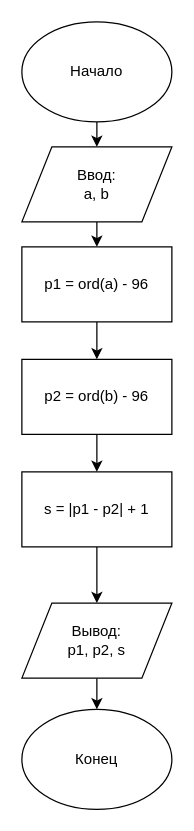
Virucek/geekbrains_python_algorithms_basic keeps this draw.io diagram as page "les_1_task_5" (5 of 5) of lesson_1.drawio. Above is the earlier version. Source tidied: cells renumbered, new cells numbered last; positions are measured from the earlier drawing's top-left corner, leaving out a move shared by most shapes. Both pictures are drawn from the tidied source at 125%, with x=0, y=0 at pixel (21, 21).
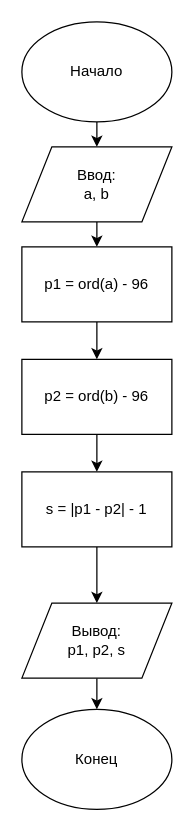
The same diagram, later.

Diff of the diagram source:
```diff
@@
 <mxGraphModel>
   <root>
     <mxCell id="0" />
     <mxCell id="1" parent="0" />
     <mxCell id="2" style="edgeStyle=orthogonalEdgeStyle;rounded=0;jettySize=auto;html=1;exitX=0.5;exitY=1;exitDx=0;exitDy=0;entryX=0.5;entryY=0;entryDx=0;entryDy=0;" parent="1" edge="1" source="3" target="5">
       <mxGeometry relative="1" as="geometry" />
     </mxCell>
     <mxCell id="3" value="Начало" style="ellipse;whiteSpace=wrap;html=1;" parent="1" vertex="1">
       <mxGeometry width="120" height="80" as="geometry" />
     </mxCell>
     <mxCell id="4" style="edgeStyle=orthogonalEdgeStyle;rounded=0;jettySize=auto;html=1;exitX=0.5;exitY=1;exitDx=0;exitDy=0;entryX=0.5;entryY=0;entryDx=0;entryDy=0;" parent="1" edge="1" source="5" target="7">
       <mxGeometry relative="1" as="geometry" />
     </mxCell>
     <mxCell id="5" value="Ввод:&lt;br&gt;a, b" style="shape=parallelogram;perimeter=parallelogramPerimeter;whiteSpace=wrap;html=1;" parent="1" vertex="1">
       <mxGeometry y="100" width="120" height="60" as="geometry" />
     </mxCell>
     <mxCell id="6" style="edgeStyle=orthogonalEdgeStyle;rounded=0;jettySize=auto;html=1;exitX=0.5;exitY=1;exitDx=0;exitDy=0;entryX=0.5;entryY=0;entryDx=0;entryDy=0;" parent="1" edge="1" source="7" target="9">
       <mxGeometry relative="1" as="geometry" />
     </mxCell>
     <mxCell id="7" value="p1 = ord(a) - 96" style="rounded=0;whiteSpace=wrap;html=1;" parent="1" vertex="1">
       <mxGeometry y="180" width="120" height="60" as="geometry" />
     </mxCell>
     <mxCell id="8" style="edgeStyle=orthogonalEdgeStyle;rounded=0;jettySize=auto;html=1;exitX=0.5;exitY=1;exitDx=0;exitDy=0;entryX=0.5;entryY=0;entryDx=0;entryDy=0;" parent="1" edge="1" source="9" target="11">
       <mxGeometry relative="1" as="geometry" />
     </mxCell>
     <mxCell id="9" value="p2 = ord(b) - 96" style="rounded=0;whiteSpace=wrap;html=1;" parent="1" vertex="1">
       <mxGeometry y="270" width="120" height="60" as="geometry" />
     </mxCell>
     <mxCell id="10" style="edgeStyle=orthogonalEdgeStyle;rounded=0;jettySize=auto;html=1;exitX=0.5;exitY=1;exitDx=0;exitDy=0;entryX=0.5;entryY=0;entryDx=0;entryDy=0;" parent="1" edge="1" source="11" target="13">
       <mxGeometry relative="1" as="geometry" />
     </mxCell>
-    <mxCell id="11" value="s = |p1 - p2| + 1" style="rounded=0;whiteSpace=wrap;html=1;" parent="1" vertex="1">
+    <mxCell id="11" value="s = |p1 - p2| - 1" style="rounded=0;whiteSpace=wrap;html=1;" parent="1" vertex="1">
       <mxGeometry y="360" width="120" height="60" as="geometry" />
     </mxCell>
     <mxCell id="12" style="edgeStyle=orthogonalEdgeStyle;rounded=0;jettySize=auto;html=1;exitX=0.5;exitY=1;exitDx=0;exitDy=0;entryX=0.5;entryY=0;entryDx=0;entryDy=0;" parent="1" edge="1" source="13" target="14">
       <mxGeometry relative="1" as="geometry" />
     </mxCell>
     <mxCell id="13" value="Вывод:&lt;br&gt;p1, p2, s" style="shape=parallelogram;perimeter=parallelogramPerimeter;whiteSpace=wrap;html=1;" parent="1" vertex="1">
       <mxGeometry y="465" width="120" height="60" as="geometry" />
     </mxCell>
     <mxCell id="14" value="Конец" style="ellipse;whiteSpace=wrap;html=1;" parent="1" vertex="1">
       <mxGeometry y="550" width="120" height="80" as="geometry" />
     </mxCell>
   </root>
 </mxGraphModel>
```
